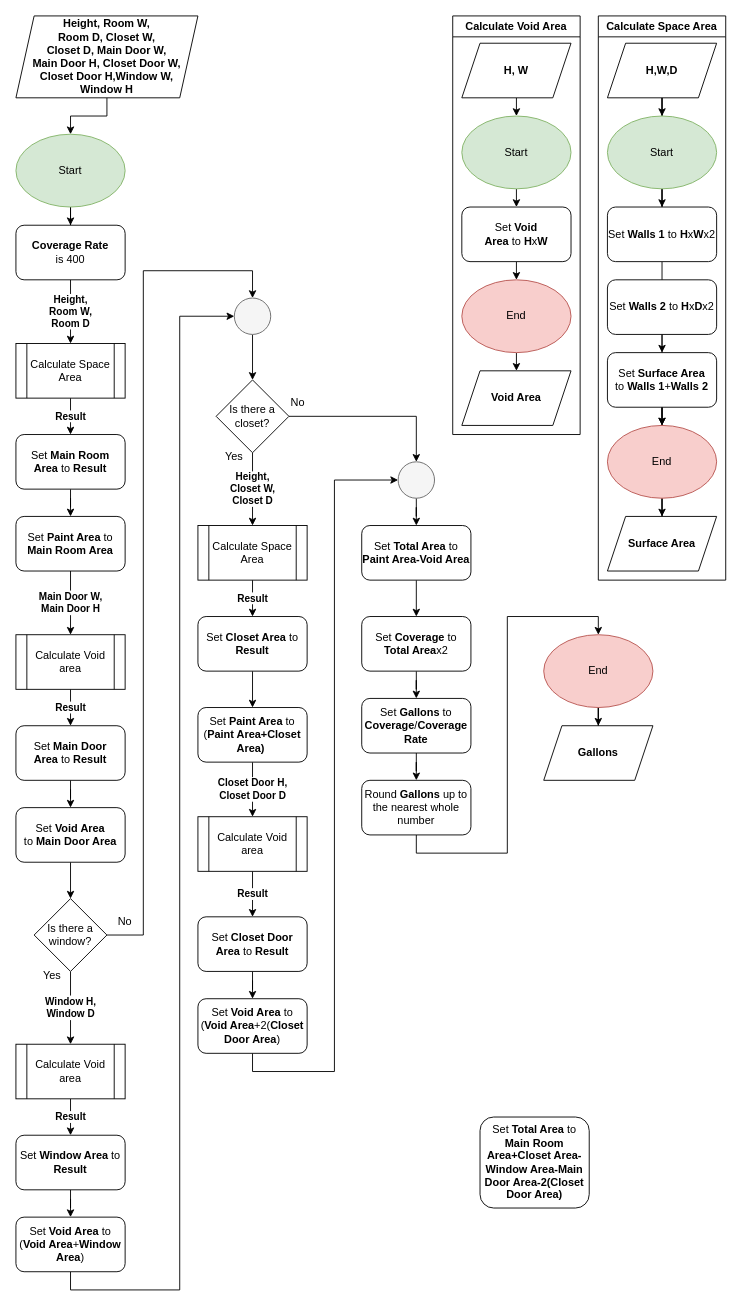
Earlier version of the draw.io diagram images/Room Painting Decisions.drawio (FlipFlopsy/FlopsTEPrework). Source tidied: cells renumbered, new cells numbered last; positions are measured from the earlier drawing's top-left corner, leaving out a move shared by most shapes. Both pictures are drawn from the tidied source at 91%, with x=0, y=0 at pixel (15, 15).
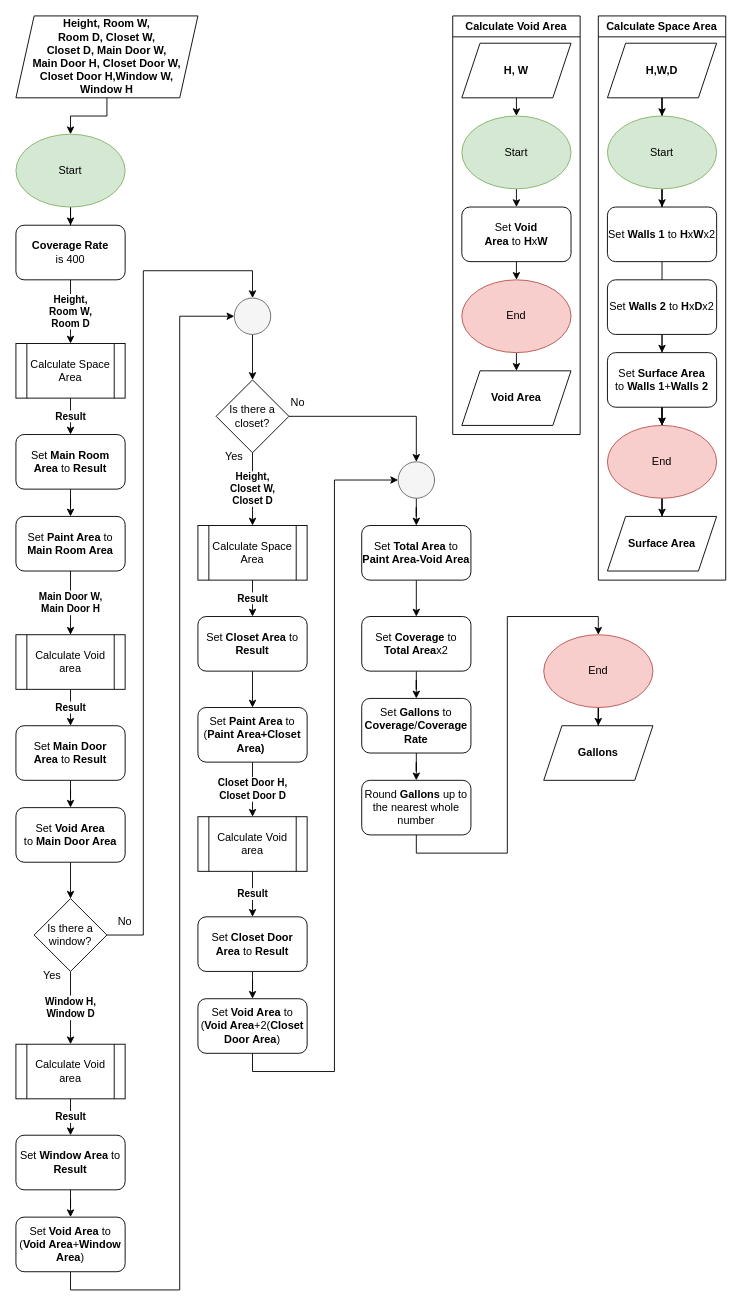
After the change.

Change to the diagram source:
```diff
@@
-    <mxCell id="51" value="Set &lt;b&gt;Total Area &lt;/b&gt;to &lt;b&gt;Main Room Area+Closet Area-Window Area-Main Door Area-2(Closet Door Area)&lt;/b&gt;" style="whiteSpace=wrap;html=1;rounded=1;" parent="1" vertex="1">
-      <mxGeometry x="510" y="1210" width="120" height="100" as="geometry" />
-    </mxCell>
```
